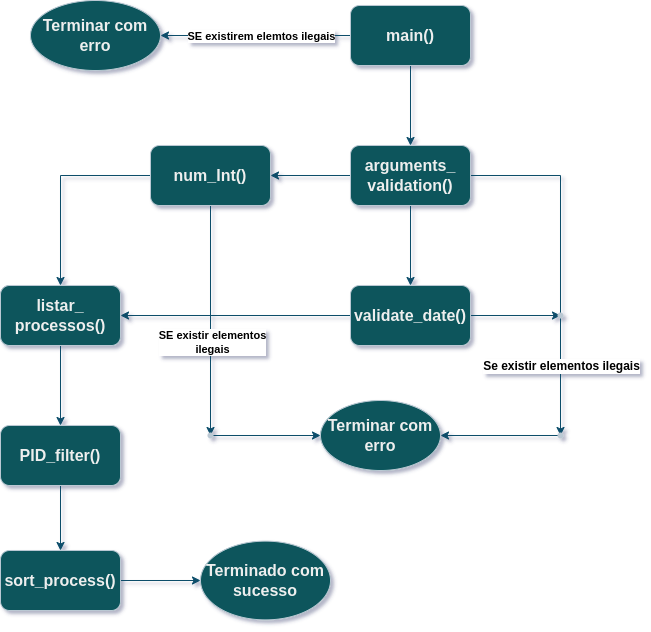
MrLoydHD/SO_TP01 keeps this draw.io diagram as Fluxo de Execução de rwstat.drawio.png. Above is the earlier version. Source tidied: cells renumbered, new cells last; positions are measured from the earlier drawing's top-left corner, leaving out a move shared by most shapes.
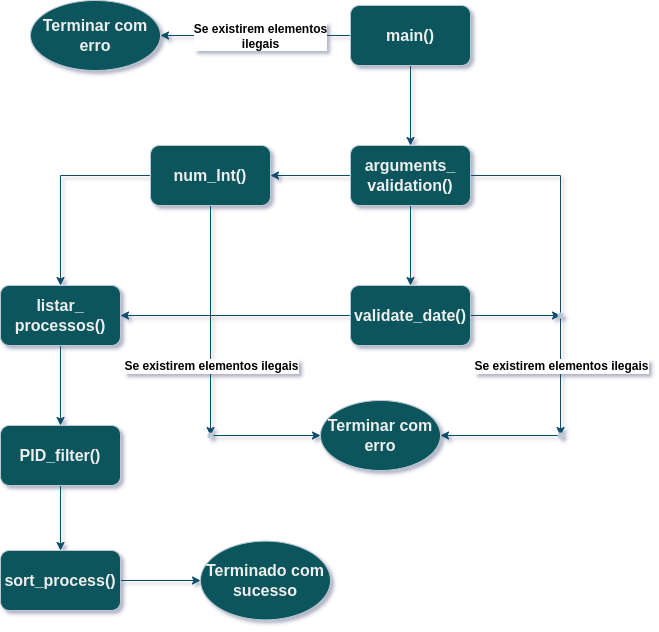
Above is the later version.

What changed in the source:
```diff
@@ -8,9 +8,9 @@
     <mxCell id="3" style="edgeStyle=orthogonalEdgeStyle;rounded=0;jettySize=auto;html=1;strokeColor=#0B4D6A;" parent="1" edge="1" source="5" target="14">
       <mxGeometry relative="1" as="geometry" />
     </mxCell>
-    <mxCell id="4" value="&lt;b&gt;SE existirem elemtos ilegais&lt;/b&gt;" style="edgeLabel;html=1;align=center;verticalAlign=middle;fontColor=#000000;" parent="3" vertex="1">
+    <mxCell id="4" value="&lt;b&gt;&lt;font style=&quot;font-size: 12px;&quot;&gt;Se existirem elementos &lt;br&gt;ilegais&lt;/font&gt;&lt;/b&gt;" style="edgeLabel;html=1;align=center;verticalAlign=middle;fontColor=#000000;" parent="3" vertex="1">
       <mxGeometry x="0.32" y="-1" relative="1" as="geometry">
-        <mxPoint x="35" y="1" as="offset" />
+        <mxPoint x="34" y="1" as="offset" />
       </mxGeometry>
     </mxCell>
     <mxCell id="5" value="main()" style="rounded=1;whiteSpace=wrap;html=1;fillColor=#09555B;strokeColor=#BAC8D3;fontColor=#EEEEEE;fontStyle=1;fontSize=16;" parent="1" vertex="1">
@@ -25,7 +25,7 @@
     <mxCell id="8" style="edgeStyle=orthogonalEdgeStyle;rounded=0;jettySize=auto;html=1;strokeColor=#0B4D6A;fontColor=#000000;" parent="1" edge="1" source="10" target="30">
       <mxGeometry relative="1" as="geometry" />
     </mxCell>
-    <mxCell id="9" value="&lt;b&gt;&lt;font style=&quot;font-size: 12px;&quot;&gt;Se existir elementos ilegais&lt;/font&gt;&lt;/b&gt;" style="edgeLabel;html=1;align=center;verticalAlign=middle;fontColor=#000000;" parent="8" vertex="1">
+    <mxCell id="9" value="&lt;b&gt;&lt;font style=&quot;font-size: 12px;&quot;&gt;Se existirem elementos ilegais&lt;/font&gt;&lt;/b&gt;" style="edgeLabel;html=1;align=center;verticalAlign=middle;fontColor=#000000;" parent="8" vertex="1">
       <mxGeometry x="0.55" y="3" relative="1" as="geometry">
         <mxPoint x="-3" y="9" as="offset" />
       </mxGeometry>
@@ -51,8 +51,10 @@
     <mxCell id="16" style="edgeStyle=orthogonalEdgeStyle;rounded=0;jettySize=auto;html=1;strokeColor=#0B4D6A;fontColor=#000000;" parent="1" edge="1" source="18" target="28">
       <mxGeometry relative="1" as="geometry" />
     </mxCell>
-    <mxCell id="17" value="&lt;b&gt;SE existir elementos&lt;br&gt;ilegais&lt;/b&gt;" style="edgeLabel;html=1;align=center;verticalAlign=middle;fontColor=#000000;" parent="16" vertex="1">
-      <mxGeometry x="0.18" y="1" relative="1" as="geometry" />
+    <mxCell id="17" value="&lt;b style=&quot;font-size: 12px;&quot;&gt;Se existirem elementos ilegais&lt;/b&gt;" style="edgeLabel;html=1;align=center;verticalAlign=middle;fontColor=#000000;" parent="16" vertex="1">
+      <mxGeometry x="0.18" y="1" relative="1" as="geometry">
+        <mxPoint x="-1" y="24" as="offset" />
+      </mxGeometry>
     </mxCell>
     <mxCell id="18" value="num_Int()" style="rounded=1;whiteSpace=wrap;html=1;fillColor=#09555B;strokeColor=#BAC8D3;fontColor=#EEEEEE;fontStyle=1;fontSize=16;" parent="1" vertex="1">
       <mxGeometry x="150" y="145" width="120" height="60" as="geometry" />
```
